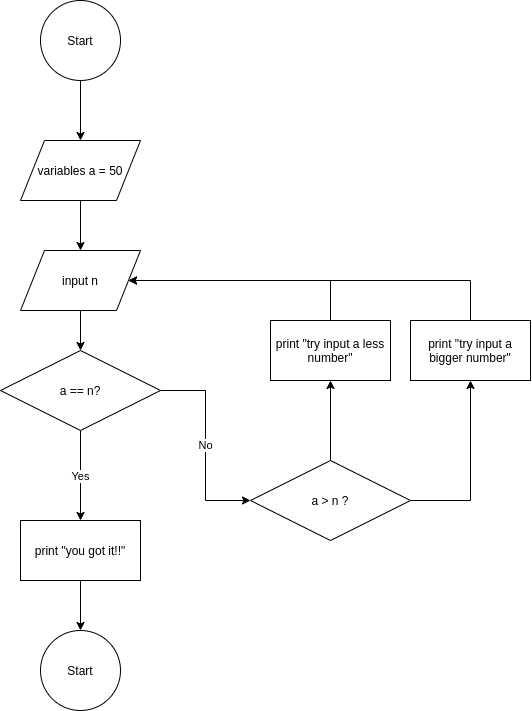
The draw.io diagram GuessGame.png in stsiwo/FlowCharts_IRC110, before a commit. Source tidied: cells renumbered, new cells last; positions are measured from the earlier drawing's top-left corner, leaving out a move shared by most shapes. Its diagram source:
```xml
<mxGraphModel>
  <root>
    <mxCell id="0" />
    <mxCell id="1" parent="0" />
    <mxCell id="2" style="edgeStyle=orthogonalEdgeStyle;rounded=0;jettySize=auto;html=1;" parent="1" edge="1" source="3">
      <mxGeometry relative="1" as="geometry">
        <mxPoint x="80" y="140" as="targetPoint" />
      </mxGeometry>
    </mxCell>
    <mxCell id="3" value="Start" style="ellipse;whiteSpace=wrap;html=1;" parent="1" vertex="1">
      <mxGeometry x="40" width="80" height="80" as="geometry" />
    </mxCell>
    <mxCell id="4" style="edgeStyle=orthogonalEdgeStyle;rounded=0;jettySize=auto;html=1;" parent="1" edge="1" source="5" target="7">
      <mxGeometry relative="1" as="geometry" />
    </mxCell>
    <mxCell id="5" value="variables a = 50" style="shape=parallelogram;perimeter=parallelogramPerimeter;whiteSpace=wrap;html=1;" parent="1" vertex="1">
      <mxGeometry x="20" y="140" width="120" height="60" as="geometry" />
    </mxCell>
    <mxCell id="6" style="edgeStyle=orthogonalEdgeStyle;rounded=0;jettySize=auto;html=1;" parent="1" edge="1" source="7" target="10">
      <mxGeometry relative="1" as="geometry" />
    </mxCell>
    <mxCell id="7" value="input n" style="shape=parallelogram;perimeter=parallelogramPerimeter;whiteSpace=wrap;html=1;" parent="1" vertex="1">
      <mxGeometry x="20" y="250" width="120" height="60" as="geometry" />
    </mxCell>
    <mxCell id="8" value="No" style="edgeStyle=orthogonalEdgeStyle;rounded=0;jettySize=auto;html=1;entryX=0;entryY=0.5;entryDx=0;entryDy=0;" parent="1" edge="1" source="10" target="13">
      <mxGeometry relative="1" as="geometry" />
    </mxCell>
    <mxCell id="9" value="Yes" style="edgeStyle=orthogonalEdgeStyle;rounded=0;jettySize=auto;html=1;entryX=0.5;entryY=0;entryDx=0;entryDy=0;" parent="1" edge="1" source="10" target="15">
      <mxGeometry relative="1" as="geometry" />
    </mxCell>
    <mxCell id="10" value="a == n?" style="rhombus;whiteSpace=wrap;html=1;" parent="1" vertex="1">
      <mxGeometry y="350" width="160" height="80" as="geometry" />
    </mxCell>
    <mxCell id="11" style="edgeStyle=orthogonalEdgeStyle;rounded=0;jettySize=auto;html=1;" parent="1" edge="1" source="13" target="19">
      <mxGeometry relative="1" as="geometry">
        <Array as="points">
          <mxPoint x="470" y="500" />
        </Array>
      </mxGeometry>
    </mxCell>
    <mxCell id="12" style="edgeStyle=orthogonalEdgeStyle;rounded=0;jettySize=auto;html=1;" parent="1" edge="1" source="13" target="17">
      <mxGeometry relative="1" as="geometry" />
    </mxCell>
    <mxCell id="13" value="a &amp;gt; n ?" style="rhombus;whiteSpace=wrap;html=1;" parent="1" vertex="1">
      <mxGeometry x="250" y="460" width="160" height="80" as="geometry" />
    </mxCell>
    <mxCell id="14" style="edgeStyle=orthogonalEdgeStyle;rounded=0;jettySize=auto;html=1;" parent="1" edge="1" source="15" target="20">
      <mxGeometry relative="1" as="geometry" />
    </mxCell>
    <mxCell id="15" value="print &quot;you got it!!&quot;" style="rounded=0;whiteSpace=wrap;html=1;" parent="1" vertex="1">
      <mxGeometry x="20" y="520" width="120" height="60" as="geometry" />
    </mxCell>
    <mxCell id="16" style="edgeStyle=orthogonalEdgeStyle;rounded=0;jettySize=auto;html=1;entryX=1;entryY=0.5;entryDx=0;entryDy=0;" parent="1" edge="1" source="17" target="7">
      <mxGeometry relative="1" as="geometry">
        <Array as="points">
          <mxPoint x="330" y="280" />
        </Array>
      </mxGeometry>
    </mxCell>
    <mxCell id="17" value="print &quot;try input a less number&quot;" style="rounded=0;whiteSpace=wrap;html=1;" parent="1" vertex="1">
      <mxGeometry x="270" y="320" width="120" height="60" as="geometry" />
    </mxCell>
    <mxCell id="18" style="edgeStyle=orthogonalEdgeStyle;rounded=0;jettySize=auto;html=1;entryX=1;entryY=0.5;entryDx=0;entryDy=0;" parent="1" edge="1" source="19" target="7">
      <mxGeometry relative="1" as="geometry">
        <Array as="points">
          <mxPoint x="470" y="280" />
        </Array>
      </mxGeometry>
    </mxCell>
    <mxCell id="19" value="print &quot;try input a bigger number&quot;" style="rounded=0;whiteSpace=wrap;html=1;" parent="1" vertex="1">
      <mxGeometry x="410" y="320" width="120" height="60" as="geometry" />
    </mxCell>
    <mxCell id="20" value="Start" style="ellipse;whiteSpace=wrap;html=1;" parent="1" vertex="1">
      <mxGeometry x="40" y="630" width="80" height="80" as="geometry" />
    </mxCell>
  </root>
</mxGraphModel>
```
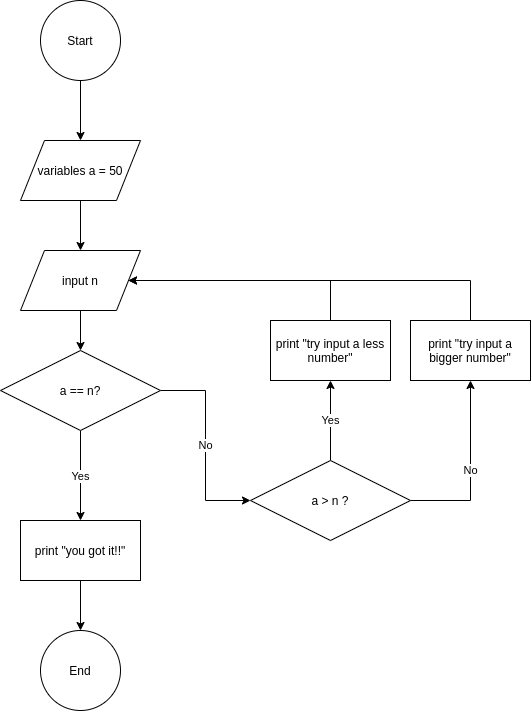
After the commit.

The edit, as a diff of the source:
```diff
@@ -31,14 +31,14 @@
     <mxCell id="10" value="a == n?" style="rhombus;whiteSpace=wrap;html=1;" parent="1" vertex="1">
       <mxGeometry y="350" width="160" height="80" as="geometry" />
     </mxCell>
-    <mxCell id="11" style="edgeStyle=orthogonalEdgeStyle;rounded=0;jettySize=auto;html=1;" parent="1" edge="1" source="13" target="19">
+    <mxCell id="11" value="No" style="edgeStyle=orthogonalEdgeStyle;rounded=0;jettySize=auto;html=1;" parent="1" edge="1" source="13" target="19">
       <mxGeometry relative="1" as="geometry">
         <Array as="points">
           <mxPoint x="470" y="500" />
         </Array>
       </mxGeometry>
     </mxCell>
-    <mxCell id="12" style="edgeStyle=orthogonalEdgeStyle;rounded=0;jettySize=auto;html=1;" parent="1" edge="1" source="13" target="17">
+    <mxCell id="12" value="Yes" style="edgeStyle=orthogonalEdgeStyle;rounded=0;jettySize=auto;html=1;" parent="1" edge="1" source="13" target="17">
       <mxGeometry relative="1" as="geometry" />
     </mxCell>
     <mxCell id="13" value="a &amp;gt; n ?" style="rhombus;whiteSpace=wrap;html=1;" parent="1" vertex="1">
@@ -70,7 +70,7 @@
     <mxCell id="19" value="print &quot;try input a bigger number&quot;" style="rounded=0;whiteSpace=wrap;html=1;" parent="1" vertex="1">
       <mxGeometry x="410" y="320" width="120" height="60" as="geometry" />
     </mxCell>
-    <mxCell id="20" value="Start" style="ellipse;whiteSpace=wrap;html=1;" parent="1" vertex="1">
+    <mxCell id="20" value="End" style="ellipse;whiteSpace=wrap;html=1;" parent="1" vertex="1">
       <mxGeometry x="40" y="630" width="80" height="80" as="geometry" />
     </mxCell>
   </root>
```
